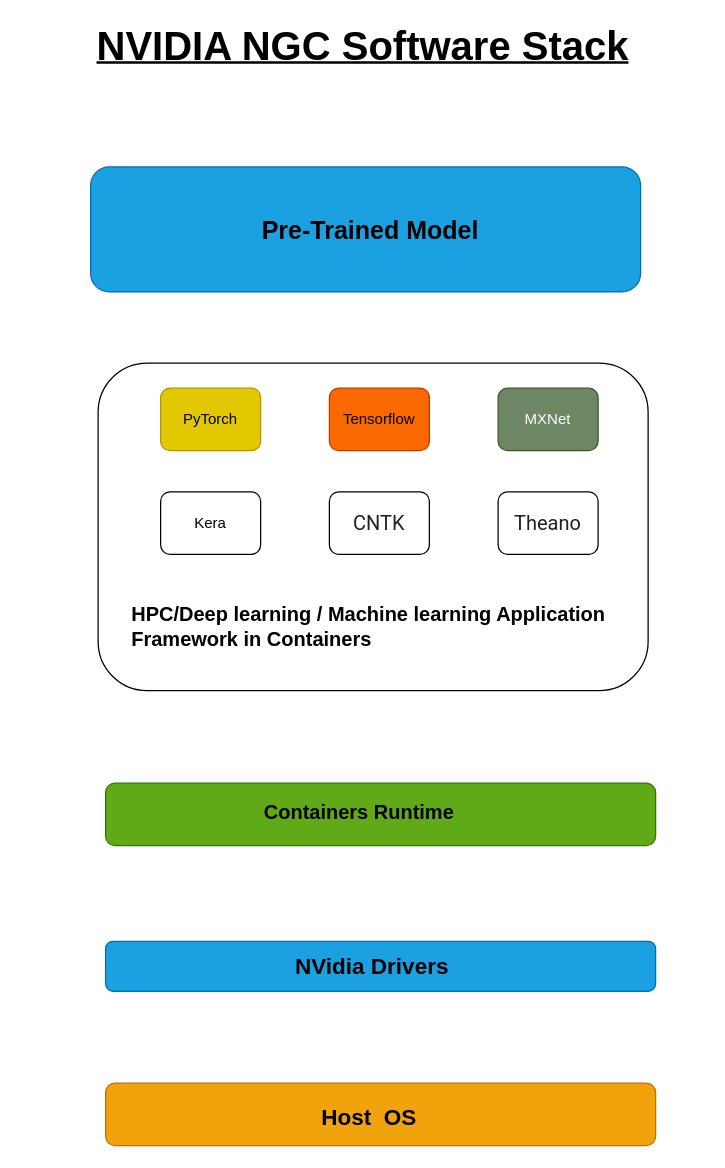
This is BERT.drawio from satendra4u/BERT, a draw.io file, before an edit. Source tidied: cells renumbered, new cells numbered last; positions are measured from the earlier drawing's top-left corner, leaving out a move shared by most shapes. Both pictures are drawn from the tidied source at 125%, with x=0, y=0 at pixel (21, 21).
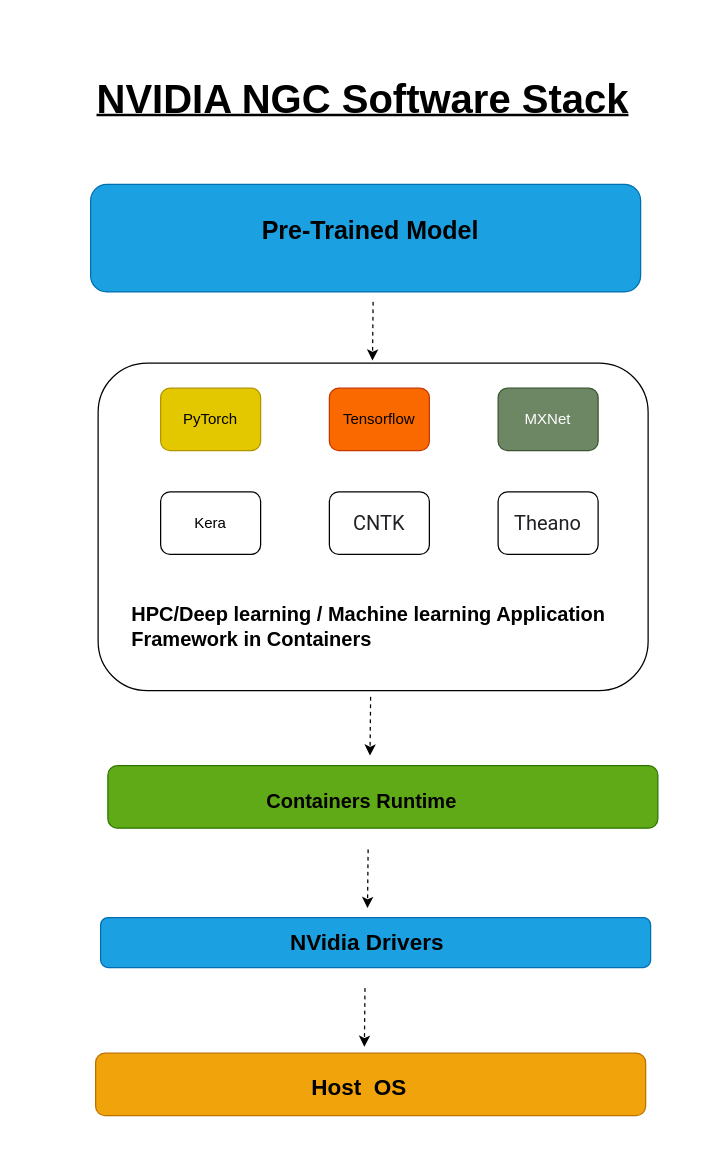
Above is the later version.

Diff of the diagram source:
```diff
@@
     <mxCell id="2" style="rounded=1;whiteSpace=wrap;html=1;fillColor=#1ba1e2;fontColor=#ffffff;strokeColor=#006EAF;" parent="1" vertex="1">
-      <mxGeometry x="55" y="116" width="440" height="100" as="geometry" />
+      <mxGeometry x="55" y="130" width="440" height="86" as="geometry" />
     </mxCell>
@@
     <mxCell id="10" style="rounded=1;whiteSpace=wrap;html=1;fillColor=#60a917;fontColor=#ffffff;strokeColor=#2D7600;" parent="1" vertex="1">
-      <mxGeometry x="67" y="609" width="440" height="50" as="geometry" />
+      <mxGeometry x="68.8" y="595" width="440" height="50" as="geometry" />
     </mxCell>
     <mxCell id="11" style="rounded=1;whiteSpace=wrap;html=1;fillColor=#1ba1e2;fontColor=#ffffff;strokeColor=#006EAF;" parent="1" vertex="1">
-      <mxGeometry x="67" y="735.5" width="440" height="40" as="geometry" />
+      <mxGeometry x="63" y="716.5" width="440" height="40" as="geometry" />
     </mxCell>
     <mxCell id="12" style="rounded=1;whiteSpace=wrap;html=1;fillColor=#f0a30a;fontColor=#000000;strokeColor=#BD7000;" parent="1" vertex="1">
-      <mxGeometry x="67" y="849" width="440" height="50" as="geometry" />
+      <mxGeometry x="59" y="825" width="440" height="50" as="geometry" />
     </mxCell>
@@
     <mxCell id="15" value="Containers Runtime" style="text;html=1;strokeColor=none;fillColor=none;align=left;verticalAlign=middle;whiteSpace=wrap;rounded=0;fontStyle=1;fontSize=16;" parent="1" vertex="1">
-      <mxGeometry x="192" y="609" width="190" height="45" as="geometry" />
+      <mxGeometry x="193.7" y="600" width="190" height="45" as="geometry" />
     </mxCell>
     <mxCell id="16" value="NVidia Drivers" style="text;html=1;strokeColor=none;fillColor=none;align=left;verticalAlign=middle;whiteSpace=wrap;rounded=0;fontStyle=1;fontSize=18;" parent="1" vertex="1">
-      <mxGeometry x="217" y="733" width="190" height="45" as="geometry" />
+      <mxGeometry x="213" y="714" width="190" height="45" as="geometry" />
     </mxCell>
     <mxCell id="17" value="Host&amp;nbsp; OS" style="text;html=1;strokeColor=none;fillColor=none;align=left;verticalAlign=middle;whiteSpace=wrap;rounded=0;fontStyle=1;fontSize=18;" parent="1" vertex="1">
-      <mxGeometry x="238" y="854" width="190" height="45" as="geometry" />
+      <mxGeometry x="230" y="830" width="190" height="45" as="geometry" />
     </mxCell>
     <mxCell id="18" value="&lt;font style=&quot;font-size: 32px;&quot;&gt;NVIDIA NGC Software Stack&lt;/font&gt;" style="text;html=1;strokeColor=none;fillColor=none;align=center;verticalAlign=middle;whiteSpace=wrap;rounded=0;fontSize=20;fontStyle=5;" parent="1" vertex="1">
-      <mxGeometry width="546" height="40" as="geometry" />
+      <mxGeometry y="42" width="546" height="40" as="geometry" />
     </mxCell>
+    <mxCell id="19" style="endArrow=classic;html=1;rounded=0;fontSize=16;dashed=1;" parent="1" edge="1">
+      <mxGeometry relative="1" as="geometry">
+        <mxPoint x="281" y="224" as="sourcePoint" />
+        <mxPoint x="280.5" y="271" as="targetPoint" />
+      </mxGeometry>
+    </mxCell>
+    <mxCell id="20" style="endArrow=classic;html=1;rounded=0;fontSize=16;dashed=1;" parent="1" edge="1">
+      <mxGeometry relative="1" as="geometry">
+        <mxPoint x="279" y="540" as="sourcePoint" />
+        <mxPoint x="278.5" y="587" as="targetPoint" />
+      </mxGeometry>
+    </mxCell>
+    <mxCell id="21" style="endArrow=classic;html=1;rounded=0;fontSize=16;dashed=1;" parent="1" edge="1">
+      <mxGeometry relative="1" as="geometry">
+        <mxPoint x="277" y="662" as="sourcePoint" />
+        <mxPoint x="276.5" y="709" as="targetPoint" />
+      </mxGeometry>
+    </mxCell>
+    <mxCell id="22" style="endArrow=classic;html=1;rounded=0;fontSize=16;dashed=1;" parent="1" edge="1">
+      <mxGeometry relative="1" as="geometry">
+        <mxPoint x="274.5" y="773" as="sourcePoint" />
+        <mxPoint x="274" y="820" as="targetPoint" />
+      </mxGeometry>
+    </mxCell>
```
